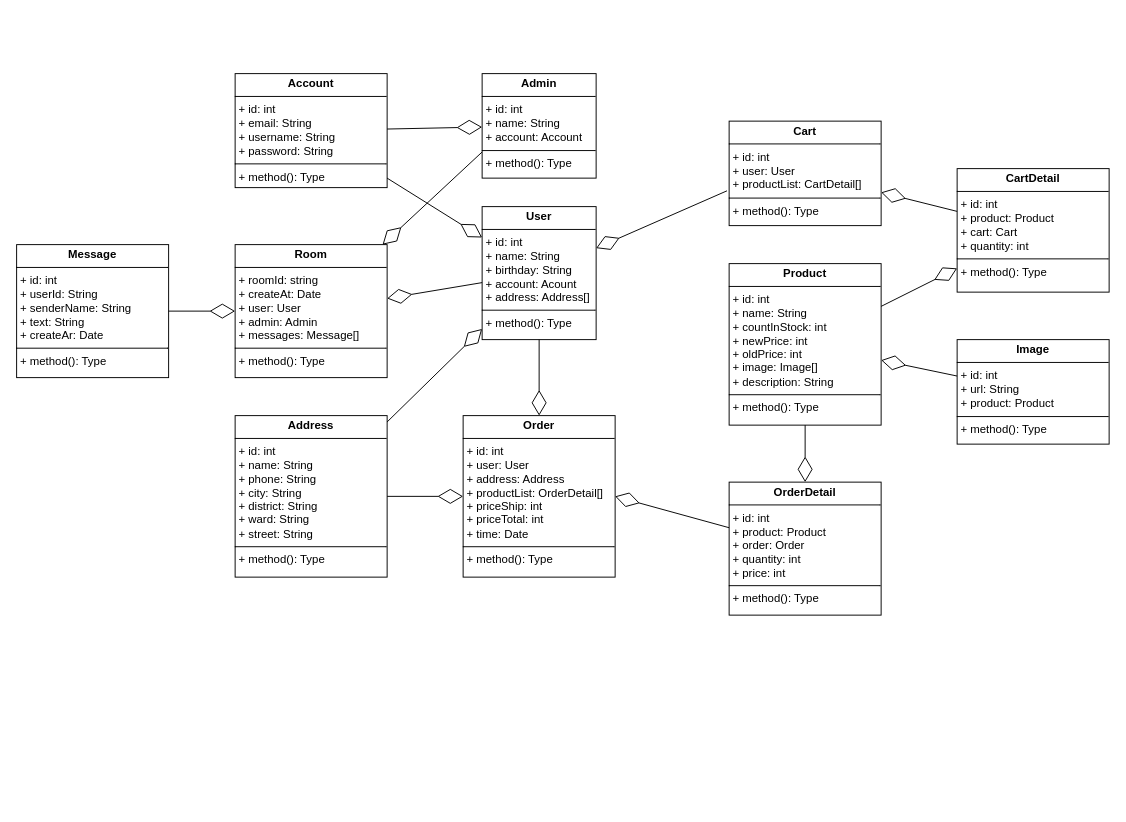
The draw.io diagram Biểu đồ không có tiêu đề.drawio in NhatBui029/backend-ecommerce-react_native, before the edit. Source tidied: cells renumbered, new cells numbered last; positions are measured from the earlier drawing's top-left corner, leaving out a move shared by most shapes. Both pictures are drawn from the tidied source at 95%, with x=0, y=0 at pixel (16, 73).
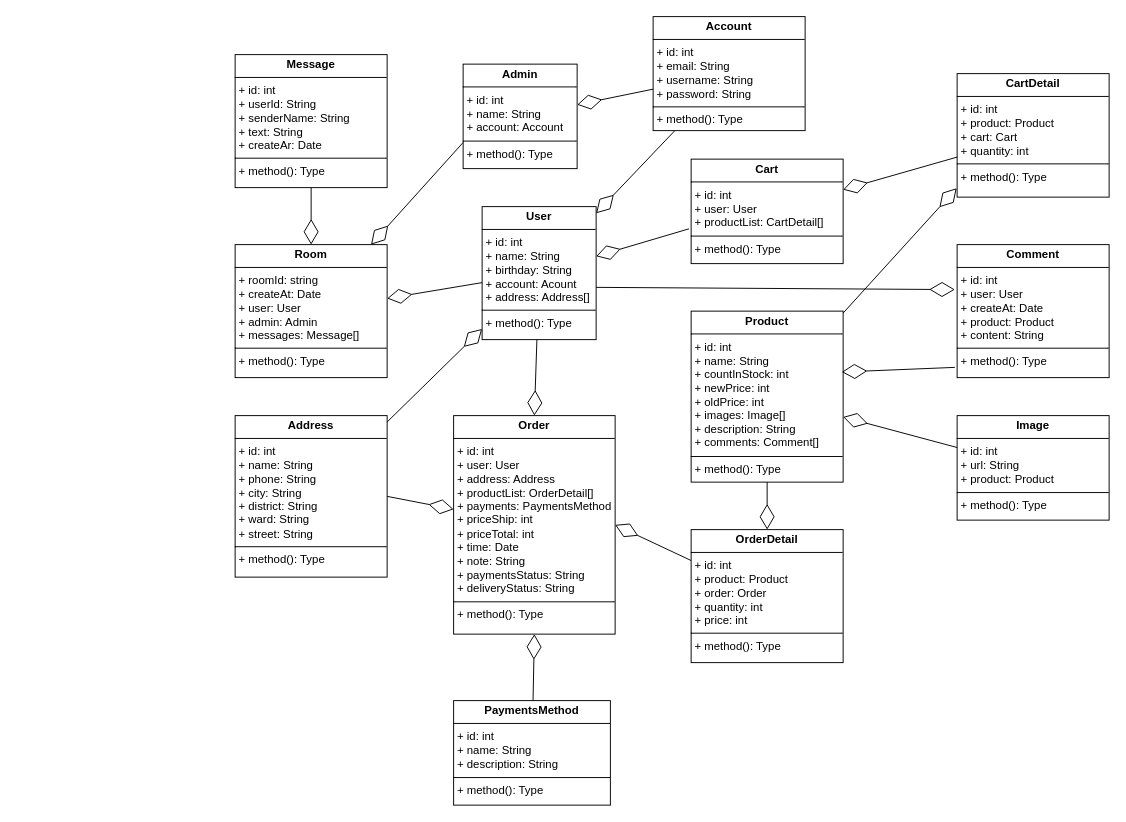
After the change.

Commit message:
Cập nhật Biểu đồ không có tiêu đề.drawio

Change to the diagram source:
```diff
@@
     <mxCell id="3" value="&lt;p style=&quot;margin:0px;margin-top:4px;text-align:center;&quot;&gt;&lt;b&gt;Account&lt;/b&gt;&lt;/p&gt;&lt;hr size=&quot;1&quot; style=&quot;border-style:solid;&quot;&gt;&lt;p style=&quot;margin:0px;margin-left:4px;&quot;&gt;+ id: int&lt;/p&gt;&lt;p style=&quot;margin:0px;margin-left:4px;&quot;&gt;+ email: String&lt;/p&gt;&lt;p style=&quot;margin:0px;margin-left:4px;&quot;&gt;+ username: String&lt;/p&gt;&lt;p style=&quot;margin:0px;margin-left:4px;&quot;&gt;+ password: String&lt;/p&gt;&lt;hr size=&quot;1&quot; style=&quot;border-style:solid;&quot;&gt;&lt;p style=&quot;margin:0px;margin-left:4px;&quot;&gt;+ method(): Type&lt;/p&gt;" style="verticalAlign=top;align=left;overflow=fill;html=1;whiteSpace=wrap;" parent="1" vertex="1">
-      <mxGeometry x="230" width="160" height="120" as="geometry" />
+      <mxGeometry x="670" y="-60" width="160" height="120" as="geometry" />
     </mxCell>
     <mxCell id="4" value="&lt;p style=&quot;margin:0px;margin-top:4px;text-align:center;&quot;&gt;&lt;b&gt;Admin&lt;/b&gt;&lt;/p&gt;&lt;hr size=&quot;1&quot; style=&quot;border-style:solid;&quot;&gt;&lt;p style=&quot;margin:0px;margin-left:4px;&quot;&gt;+ id: int&lt;/p&gt;&lt;p style=&quot;margin:0px;margin-left:4px;&quot;&gt;+ name: String&lt;/p&gt;&lt;p style=&quot;margin:0px;margin-left:4px;&quot;&gt;+ account: Account&lt;/p&gt;&lt;hr size=&quot;1&quot; style=&quot;border-style:solid;&quot;&gt;&lt;p style=&quot;margin:0px;margin-left:4px;&quot;&gt;+ method(): Type&lt;/p&gt;" style="verticalAlign=top;align=left;overflow=fill;html=1;whiteSpace=wrap;" parent="1" vertex="1">
-      <mxGeometry x="490" width="120" height="110" as="geometry" />
+      <mxGeometry x="470" y="-10" width="120" height="110" as="geometry" />
     </mxCell>
-    <mxCell id="5" value="&lt;p style=&quot;margin:0px;margin-top:4px;text-align:center;&quot;&gt;&lt;b&gt;Product&lt;/b&gt;&lt;/p&gt;&lt;hr size=&quot;1&quot; style=&quot;border-style:solid;&quot;&gt;&lt;p style=&quot;margin:0px;margin-left:4px;&quot;&gt;+ id: int&lt;/p&gt;&lt;p style=&quot;margin:0px;margin-left:4px;&quot;&gt;+ name: String&lt;/p&gt;&lt;p style=&quot;margin:0px;margin-left:4px;&quot;&gt;+ countInStock: int&lt;/p&gt;&lt;p style=&quot;margin:0px;margin-left:4px;&quot;&gt;+ newPrice: int&lt;/p&gt;&lt;p style=&quot;margin:0px;margin-left:4px;&quot;&gt;+ oldPrice: int&lt;/p&gt;&lt;p style=&quot;margin:0px;margin-left:4px;&quot;&gt;+ image: Image[]&lt;/p&gt;&lt;p style=&quot;margin:0px;margin-left:4px;&quot;&gt;+ description: String&lt;/p&gt;&lt;hr size=&quot;1&quot; style=&quot;border-style:solid;&quot;&gt;&lt;p style=&quot;margin:0px;margin-left:4px;&quot;&gt;+ method(): Type&lt;/p&gt;" style="verticalAlign=top;align=left;overflow=fill;html=1;whiteSpace=wrap;" parent="1" vertex="1">
-      <mxGeometry x="750" y="200" width="160" height="170" as="geometry" />
+    <mxCell id="5" value="&lt;p style=&quot;margin:0px;margin-top:4px;text-align:center;&quot;&gt;&lt;b&gt;Product&lt;/b&gt;&lt;/p&gt;&lt;hr size=&quot;1&quot; style=&quot;border-style:solid;&quot;&gt;&lt;p style=&quot;margin:0px;margin-left:4px;&quot;&gt;+ id: int&lt;/p&gt;&lt;p style=&quot;margin:0px;margin-left:4px;&quot;&gt;+ name: String&lt;/p&gt;&lt;p style=&quot;margin:0px;margin-left:4px;&quot;&gt;+ countInStock: int&lt;/p&gt;&lt;p style=&quot;margin:0px;margin-left:4px;&quot;&gt;+ newPrice: int&lt;/p&gt;&lt;p style=&quot;margin:0px;margin-left:4px;&quot;&gt;+ oldPrice: int&lt;/p&gt;&lt;p style=&quot;margin:0px;margin-left:4px;&quot;&gt;+ images: Image[]&lt;/p&gt;&lt;p style=&quot;margin:0px;margin-left:4px;&quot;&gt;+ description: String&lt;/p&gt;&lt;p style=&quot;margin:0px;margin-left:4px;&quot;&gt;+ comments: Comment[]&lt;/p&gt;&lt;hr size=&quot;1&quot; style=&quot;border-style:solid;&quot;&gt;&lt;p style=&quot;margin:0px;margin-left:4px;&quot;&gt;+ method(): Type&lt;/p&gt;" style="verticalAlign=top;align=left;overflow=fill;html=1;whiteSpace=wrap;" parent="1" vertex="1">
+      <mxGeometry x="710" y="250" width="160" height="180" as="geometry" />
     </mxCell>
     <mxCell id="6" value="&lt;p style=&quot;margin:0px;margin-top:4px;text-align:center;&quot;&gt;&lt;b&gt;Cart&lt;/b&gt;&lt;/p&gt;&lt;hr size=&quot;1&quot; style=&quot;border-style:solid;&quot;&gt;&lt;p style=&quot;margin:0px;margin-left:4px;&quot;&gt;+ id: int&lt;/p&gt;&lt;p style=&quot;margin:0px;margin-left:4px;&quot;&gt;+ user: User&lt;/p&gt;&lt;p style=&quot;margin:0px;margin-left:4px;&quot;&gt;+ productList: CartDetail[]&lt;/p&gt;&lt;hr size=&quot;1&quot; style=&quot;border-style:solid;&quot;&gt;&lt;p style=&quot;margin:0px;margin-left:4px;&quot;&gt;+ method(): Type&lt;/p&gt;" style="verticalAlign=top;align=left;overflow=fill;html=1;whiteSpace=wrap;" parent="1" vertex="1">
-      <mxGeometry x="750" y="50" width="160" height="110" as="geometry" />
+      <mxGeometry x="710" y="90" width="160" height="110" as="geometry" />
     </mxCell>
-    <mxCell id="7" value="&lt;p style=&quot;margin:0px;margin-top:4px;text-align:center;&quot;&gt;&lt;b&gt;Order&lt;/b&gt;&lt;/p&gt;&lt;hr size=&quot;1&quot; style=&quot;border-style:solid;&quot;&gt;&lt;p style=&quot;margin:0px;margin-left:4px;&quot;&gt;+ id: int&lt;/p&gt;&lt;p style=&quot;margin:0px;margin-left:4px;&quot;&gt;+ user: User&lt;/p&gt;&lt;p style=&quot;margin:0px;margin-left:4px;&quot;&gt;+ address: Address&lt;/p&gt;&lt;p style=&quot;margin:0px;margin-left:4px;&quot;&gt;+ productList: OrderDetail[]&lt;/p&gt;&lt;p style=&quot;margin:0px;margin-left:4px;&quot;&gt;+ priceShip: int&lt;/p&gt;&lt;p style=&quot;margin:0px;margin-left:4px;&quot;&gt;+ priceTotal: int&lt;/p&gt;&lt;p style=&quot;margin:0px;margin-left:4px;&quot;&gt;+ time: Date&lt;/p&gt;&lt;hr size=&quot;1&quot; style=&quot;border-style:solid;&quot;&gt;&lt;p style=&quot;margin:0px;margin-left:4px;&quot;&gt;+ method(): Type&lt;/p&gt;" style="verticalAlign=top;align=left;overflow=fill;html=1;whiteSpace=wrap;" parent="1" vertex="1">
-      <mxGeometry x="470" y="360" width="160" height="170" as="geometry" />
+    <mxCell id="7" value="&lt;p style=&quot;margin:0px;margin-top:4px;text-align:center;&quot;&gt;&lt;b&gt;Order&lt;/b&gt;&lt;/p&gt;&lt;hr size=&quot;1&quot; style=&quot;border-style:solid;&quot;&gt;&lt;p style=&quot;margin:0px;margin-left:4px;&quot;&gt;+ id: int&lt;/p&gt;&lt;p style=&quot;margin:0px;margin-left:4px;&quot;&gt;+ user: User&lt;/p&gt;&lt;p style=&quot;margin:0px;margin-left:4px;&quot;&gt;+ address: Address&lt;/p&gt;&lt;p style=&quot;margin:0px;margin-left:4px;&quot;&gt;+ productList: OrderDetail[]&lt;/p&gt;&lt;p style=&quot;margin:0px;margin-left:4px;&quot;&gt;+ payments: PaymentsMethod&lt;/p&gt;&lt;p style=&quot;margin:0px;margin-left:4px;&quot;&gt;+ priceShip: int&lt;/p&gt;&lt;p style=&quot;margin:0px;margin-left:4px;&quot;&gt;+ priceTotal: int&lt;/p&gt;&lt;p style=&quot;margin:0px;margin-left:4px;&quot;&gt;+ time: Date&lt;/p&gt;&lt;p style=&quot;margin:0px;margin-left:4px;&quot;&gt;+ note: String&lt;/p&gt;&lt;p style=&quot;margin:0px;margin-left:4px;&quot;&gt;+ paymentsStatus: String&lt;/p&gt;&lt;p style=&quot;margin:0px;margin-left:4px;&quot;&gt;+ deliveryStatus: String&lt;/p&gt;&lt;hr size=&quot;1&quot; style=&quot;border-style:solid;&quot;&gt;&lt;p style=&quot;margin:0px;margin-left:4px;&quot;&gt;+ method(): Type&lt;/p&gt;" style="verticalAlign=top;align=left;overflow=fill;html=1;whiteSpace=wrap;" parent="1" vertex="1">
+      <mxGeometry x="460" y="360" width="170" height="230" as="geometry" />
     </mxCell>
@@
     <mxCell id="9" value="&lt;p style=&quot;margin:0px;margin-top:4px;text-align:center;&quot;&gt;&lt;b&gt;OrderDetail&lt;/b&gt;&lt;/p&gt;&lt;hr size=&quot;1&quot; style=&quot;border-style:solid;&quot;&gt;&lt;p style=&quot;margin:0px;margin-left:4px;&quot;&gt;+ id: int&lt;/p&gt;&lt;p style=&quot;margin:0px;margin-left:4px;&quot;&gt;+ product: Product&lt;/p&gt;&lt;p style=&quot;margin:0px;margin-left:4px;&quot;&gt;+ order: Order&lt;/p&gt;&lt;p style=&quot;margin:0px;margin-left:4px;&quot;&gt;+ quantity: int&lt;/p&gt;&lt;p style=&quot;margin:0px;margin-left:4px;&quot;&gt;+ price: int&lt;/p&gt;&lt;hr size=&quot;1&quot; style=&quot;border-style:solid;&quot;&gt;&lt;p style=&quot;margin:0px;margin-left:4px;&quot;&gt;+ method(): Type&lt;/p&gt;" style="verticalAlign=top;align=left;overflow=fill;html=1;whiteSpace=wrap;" parent="1" vertex="1">
-      <mxGeometry x="750" y="430" width="160" height="140" as="geometry" />
+      <mxGeometry x="710" y="480" width="160" height="140" as="geometry" />
     </mxCell>
     <mxCell id="10" value="&lt;p style=&quot;margin:0px;margin-top:4px;text-align:center;&quot;&gt;&lt;b&gt;Image&lt;/b&gt;&lt;/p&gt;&lt;hr size=&quot;1&quot; style=&quot;border-style:solid;&quot;&gt;&lt;p style=&quot;margin:0px;margin-left:4px;&quot;&gt;+ id: int&lt;/p&gt;&lt;p style=&quot;margin:0px;margin-left:4px;&quot;&gt;+ url: String&lt;/p&gt;&lt;p style=&quot;margin:0px;margin-left:4px;&quot;&gt;+ product: Product&lt;/p&gt;&lt;hr size=&quot;1&quot; style=&quot;border-style:solid;&quot;&gt;&lt;p style=&quot;margin:0px;margin-left:4px;&quot;&gt;+ method(): Type&lt;/p&gt;" style="verticalAlign=top;align=left;overflow=fill;html=1;whiteSpace=wrap;" parent="1" vertex="1">
-      <mxGeometry x="990" y="280" width="160" height="110" as="geometry" />
+      <mxGeometry x="990" y="360" width="160" height="110" as="geometry" />
     </mxCell>
@@
     <mxCell id="12" value="&lt;p style=&quot;margin:0px;margin-top:4px;text-align:center;&quot;&gt;&lt;b&gt;CartDetail&lt;/b&gt;&lt;/p&gt;&lt;hr size=&quot;1&quot; style=&quot;border-style:solid;&quot;&gt;&lt;p style=&quot;margin:0px;margin-left:4px;&quot;&gt;+ id: int&lt;/p&gt;&lt;p style=&quot;margin:0px;margin-left:4px;&quot;&gt;+ product: Product&lt;/p&gt;&lt;p style=&quot;margin:0px;margin-left:4px;&quot;&gt;+ cart: Cart&lt;/p&gt;&lt;p style=&quot;margin:0px;margin-left:4px;&quot;&gt;+ quantity: int&lt;/p&gt;&lt;hr size=&quot;1&quot; style=&quot;border-style:solid;&quot;&gt;&lt;p style=&quot;margin:0px;margin-left:4px;&quot;&gt;+ method(): Type&lt;/p&gt;" style="verticalAlign=top;align=left;overflow=fill;html=1;whiteSpace=wrap;" parent="1" vertex="1">
-      <mxGeometry x="990" y="100" width="160" height="130" as="geometry" />
+      <mxGeometry x="990" width="160" height="130" as="geometry" />
     </mxCell>
@@
-    <mxCell id="14" style="endArrow=diamondThin;endFill=0;endSize=24;html=1;rounded=0;" parent="1" edge="1" source="5" target="12">
+    <mxCell id="14" style="endArrow=diamondThin;endFill=0;endSize=24;html=1;rounded=0;entryX=-0.003;entryY=0.928;entryDx=0;entryDy=0;entryPerimeter=0;" parent="1" edge="1" source="5" target="12">
       <mxGeometry relative="1" as="geometry" />
     </mxCell>
@@
     <mxCell id="26" value="&lt;p style=&quot;margin:0px;margin-top:4px;text-align:center;&quot;&gt;&lt;b&gt;Message&lt;/b&gt;&lt;/p&gt;&lt;hr size=&quot;1&quot; style=&quot;border-style:solid;&quot;&gt;&lt;p style=&quot;margin:0px;margin-left:4px;&quot;&gt;+ id: int&lt;/p&gt;&lt;p style=&quot;margin:0px;margin-left:4px;&quot;&gt;+ userId: String&lt;/p&gt;&lt;p style=&quot;margin:0px;margin-left:4px;&quot;&gt;+ senderName: String&lt;br&gt;+ text: String&lt;/p&gt;&lt;p style=&quot;margin:0px;margin-left:4px;&quot;&gt;+ createAr: Date&lt;/p&gt;&lt;hr size=&quot;1&quot; style=&quot;border-style:solid;&quot;&gt;&lt;p style=&quot;margin:0px;margin-left:4px;&quot;&gt;+ method(): Type&lt;/p&gt;" style="verticalAlign=top;align=left;overflow=fill;html=1;whiteSpace=wrap;" parent="1" vertex="1">
-      <mxGeometry y="180" width="160" height="140" as="geometry" />
+      <mxGeometry x="230" y="-20" width="160" height="140" as="geometry" />
     </mxCell>
@@
+    <mxCell id="28" value="&lt;p style=&quot;margin:0px;margin-top:4px;text-align:center;&quot;&gt;&lt;b&gt;PaymentsMethod&lt;/b&gt;&lt;/p&gt;&lt;hr size=&quot;1&quot; style=&quot;border-style:solid;&quot;&gt;&lt;p style=&quot;margin:0px;margin-left:4px;&quot;&gt;+ id: int&lt;/p&gt;&lt;p style=&quot;margin:0px;margin-left:4px;&quot;&gt;+ name: String&lt;/p&gt;&lt;p style=&quot;margin:0px;margin-left:4px;&quot;&gt;+ description: String&lt;/p&gt;&lt;hr size=&quot;1&quot; style=&quot;border-style:solid;&quot;&gt;&lt;p style=&quot;margin:0px;margin-left:4px;&quot;&gt;+ method(): Type&lt;/p&gt;" style="verticalAlign=top;align=left;overflow=fill;html=1;whiteSpace=wrap;" parent="1" vertex="1">
+      <mxGeometry x="460" y="660" width="165" height="110" as="geometry" />
+    </mxCell>
+    <mxCell id="29" style="endArrow=diamondThin;endFill=0;endSize=24;html=1;rounded=0;entryX=0.5;entryY=1;entryDx=0;entryDy=0;" parent="1" edge="1" source="28" target="7">
+      <mxGeometry relative="1" as="geometry" />
+    </mxCell>
+    <mxCell id="30" value="&lt;p style=&quot;margin:0px;margin-top:4px;text-align:center;&quot;&gt;&lt;b&gt;Comment&lt;/b&gt;&lt;/p&gt;&lt;hr size=&quot;1&quot; style=&quot;border-style:solid;&quot;&gt;&lt;p style=&quot;margin:0px;margin-left:4px;&quot;&gt;+ id: int&lt;/p&gt;&lt;p style=&quot;margin:0px;margin-left:4px;&quot;&gt;+ user: User&lt;/p&gt;&lt;p style=&quot;margin:0px;margin-left:4px;&quot;&gt;+ createAt: Date&lt;/p&gt;&lt;p style=&quot;margin:0px;margin-left:4px;&quot;&gt;+ product: Product&lt;/p&gt;&lt;p style=&quot;margin:0px;margin-left:4px;&quot;&gt;+ content: String&lt;/p&gt;&lt;hr size=&quot;1&quot; style=&quot;border-style:solid;&quot;&gt;&lt;p style=&quot;margin:0px;margin-left:4px;&quot;&gt;+ method(): Type&lt;/p&gt;" style="verticalAlign=top;align=left;overflow=fill;html=1;whiteSpace=wrap;" parent="1" vertex="1">
+      <mxGeometry x="990" y="180" width="160" height="140" as="geometry" />
+    </mxCell>
+    <mxCell id="31" style="endArrow=diamondThin;endFill=0;endSize=24;html=1;rounded=0;entryX=-0.015;entryY=0.338;entryDx=0;entryDy=0;entryPerimeter=0;" parent="1" edge="1" target="30">
+      <mxGeometry relative="1" as="geometry">
+        <mxPoint x="610" y="225" as="sourcePoint" />
+      </mxGeometry>
+    </mxCell>
+    <mxCell id="32" style="endArrow=diamondThin;endFill=0;endSize=24;html=1;rounded=0;exitX=-0.015;exitY=0.923;exitDx=0;exitDy=0;entryX=0.991;entryY=0.356;entryDx=0;entryDy=0;entryPerimeter=0;exitPerimeter=0;" parent="1" edge="1" source="30" target="5">
+      <mxGeometry relative="1" as="geometry" />
+    </mxCell>
```
